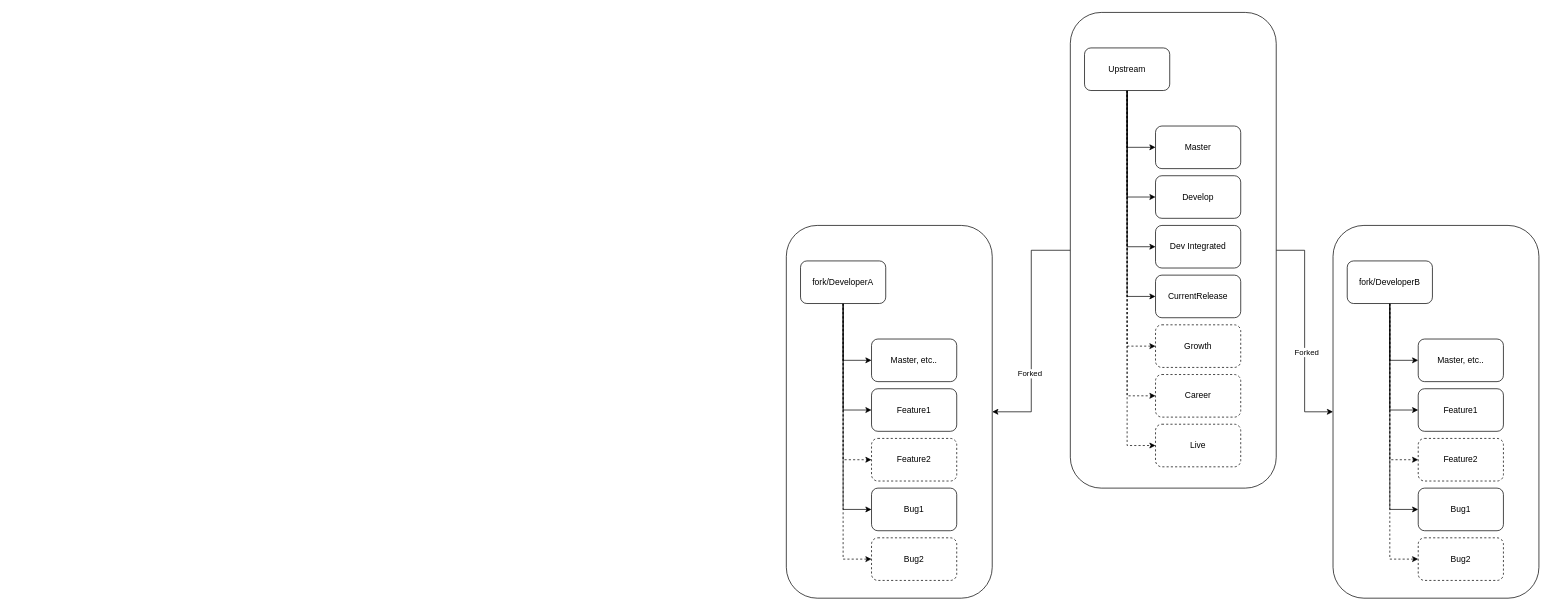
Earlier version of the draw.io diagram Untitled Diagram.drawio (AjayBhanushali/systemdesigns). Source tidied: cells renumbered, new cells numbered last; positions are measured from the earlier drawing's top-left corner, leaving out a move shared by most shapes. Both pictures are drawn from the tidied source at 71%, with x=0, y=0 at pixel (786, 12).
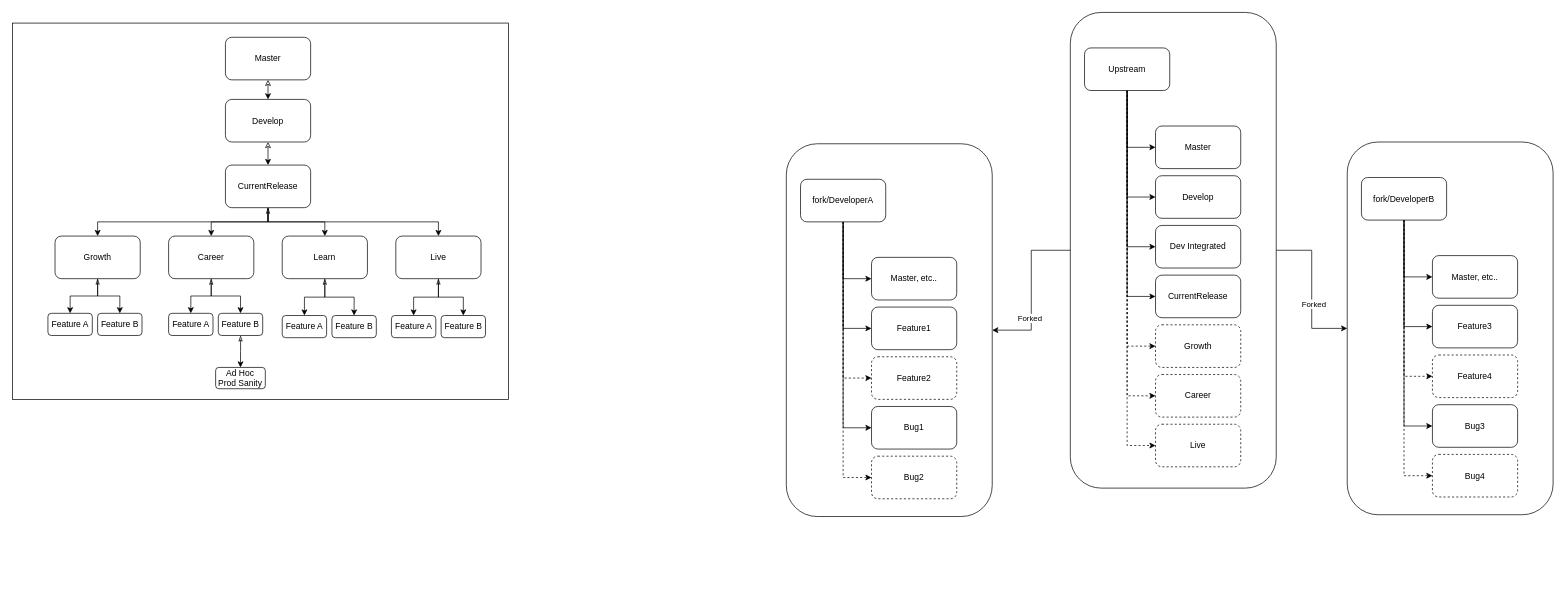
The same page after the edit.

The edit, as a diff of the source:
```diff
@@
+    <mxCell id="46" style="rounded=0;whiteSpace=wrap;html=1;strokeColor=default;" parent="1" vertex="1">
+      <mxGeometry x="-1090" y="15" width="698.8" height="530" as="geometry" />
+    </mxCell>
     <mxCell id="2" style="rounded=1;whiteSpace=wrap;html=1;strokeColor=default;" parent="1" vertex="1">
-      <mxGeometry x="770" y="300" width="290" height="525" as="geometry" />
+      <mxGeometry x="790" y="182.5" width="290" height="525" as="geometry" />
     </mxCell>
@@
     <mxCell id="28" value="fork/DeveloperB" style="rounded=1;whiteSpace=wrap;html=1;" parent="1" vertex="1">
-      <mxGeometry x="790" y="350" width="120" height="60" as="geometry" />
+      <mxGeometry x="810" y="232.5" width="120" height="60" as="geometry" />
     </mxCell>
     <mxCell id="29" value="Master, etc.." style="rounded=1;whiteSpace=wrap;html=1;" parent="1" vertex="1">
-      <mxGeometry x="890" y="460" width="120" height="60" as="geometry" />
+      <mxGeometry x="910" y="342.5" width="120" height="60" as="geometry" />
     </mxCell>
-    <mxCell id="30" value="Feature1" style="rounded=1;whiteSpace=wrap;html=1;" parent="1" vertex="1">
-      <mxGeometry x="890" y="530" width="120" height="60" as="geometry" />
+    <mxCell id="30" value="Feature3" style="rounded=1;whiteSpace=wrap;html=1;" parent="1" vertex="1">
+      <mxGeometry x="910" y="412.5" width="120" height="60" as="geometry" />
     </mxCell>
-    <mxCell id="31" value="Feature2" style="rounded=1;whiteSpace=wrap;html=1;dashed=1;" parent="1" vertex="1">
-      <mxGeometry x="890" y="600" width="120" height="60" as="geometry" />
+    <mxCell id="31" value="Feature4" style="rounded=1;whiteSpace=wrap;html=1;dashed=1;" parent="1" vertex="1">
+      <mxGeometry x="910" y="482.5" width="120" height="60" as="geometry" />
     </mxCell>
-    <mxCell id="32" value="Bug1" style="rounded=1;whiteSpace=wrap;html=1;" parent="1" vertex="1">
-      <mxGeometry x="890" y="670" width="120" height="60" as="geometry" />
+    <mxCell id="32" value="Bug3" style="rounded=1;whiteSpace=wrap;html=1;" parent="1" vertex="1">
+      <mxGeometry x="910" y="552.5" width="120" height="60" as="geometry" />
     </mxCell>
-    <mxCell id="33" value="Bug2" style="rounded=1;whiteSpace=wrap;html=1;dashed=1;" parent="1" vertex="1">
-      <mxGeometry x="890" y="740" width="120" height="60" as="geometry" />
+    <mxCell id="33" value="Bug4" style="rounded=1;whiteSpace=wrap;html=1;dashed=1;" parent="1" vertex="1">
+      <mxGeometry x="910" y="622.5" width="120" height="60" as="geometry" />
     </mxCell>
     <mxCell id="34" style="rounded=1;whiteSpace=wrap;html=1;strokeColor=default;" parent="1" vertex="1">
-      <mxGeometry y="300" width="290" height="525" as="geometry" />
+      <mxGeometry y="185" width="290" height="525" as="geometry" />
     </mxCell>
@@
     <mxCell id="40" value="fork/DeveloperA" style="rounded=1;whiteSpace=wrap;html=1;" parent="1" vertex="1">
-      <mxGeometry x="20" y="350" width="120" height="60" as="geometry" />
+      <mxGeometry x="20" y="235" width="120" height="60" as="geometry" />
     </mxCell>
     <mxCell id="41" value="Master, etc.." style="rounded=1;whiteSpace=wrap;html=1;" parent="1" vertex="1">
-      <mxGeometry x="120" y="460" width="120" height="60" as="geometry" />
+      <mxGeometry x="120" y="345" width="120" height="60" as="geometry" />
     </mxCell>
     <mxCell id="42" value="Feature1" style="rounded=1;whiteSpace=wrap;html=1;" parent="1" vertex="1">
-      <mxGeometry x="120" y="530" width="120" height="60" as="geometry" />
+      <mxGeometry x="120" y="415" width="120" height="60" as="geometry" />
     </mxCell>
     <mxCell id="43" value="Feature2" style="rounded=1;whiteSpace=wrap;html=1;dashed=1;" parent="1" vertex="1">
-      <mxGeometry x="120" y="600" width="120" height="60" as="geometry" />
+      <mxGeometry x="120" y="485" width="120" height="60" as="geometry" />
     </mxCell>
     <mxCell id="44" value="Bug1" style="rounded=1;whiteSpace=wrap;html=1;" parent="1" vertex="1">
-      <mxGeometry x="120" y="670" width="120" height="60" as="geometry" />
+      <mxGeometry x="120" y="555" width="120" height="60" as="geometry" />
     </mxCell>
     <mxCell id="45" value="Bug2" style="rounded=1;whiteSpace=wrap;html=1;dashed=1;" parent="1" vertex="1">
-      <mxGeometry x="120" y="740" width="120" height="60" as="geometry" />
+      <mxGeometry x="120" y="625" width="120" height="60" as="geometry" />
     </mxCell>
+    <mxCell id="47" style="edgeStyle=none;rounded=0;jettySize=auto;html=1;exitX=0.5;exitY=1;exitDx=0;exitDy=0;entryX=0.5;entryY=0;entryDx=0;entryDy=0;startArrow=classic;startFill=0;" parent="1" edge="1" source="48" target="77">
+      <mxGeometry relative="1" as="geometry" />
+    </mxCell>
+    <mxCell id="48" value="Master" style="rounded=1;whiteSpace=wrap;html=1;" parent="1" vertex="1">
+      <mxGeometry x="-790" y="35" width="120" height="60" as="geometry" />
+    </mxCell>
+    <mxCell id="49" style="edgeStyle=orthogonalEdgeStyle;rounded=0;jettySize=auto;html=1;" parent="1" edge="1" source="53" target="65">
+      <mxGeometry relative="1" as="geometry" />
+    </mxCell>
+    <mxCell id="50" style="edgeStyle=orthogonalEdgeStyle;rounded=0;jettySize=auto;html=1;entryX=0.5;entryY=0;entryDx=0;entryDy=0;" parent="1" edge="1" source="53" target="59">
+      <mxGeometry relative="1" as="geometry" />
+    </mxCell>
+    <mxCell id="51" style="edgeStyle=orthogonalEdgeStyle;rounded=0;jettySize=auto;html=1;exitX=0.5;exitY=1;exitDx=0;exitDy=0;" parent="1" edge="1" source="53" target="62">
+      <mxGeometry relative="1" as="geometry" />
+    </mxCell>
+    <mxCell id="52" style="edgeStyle=orthogonalEdgeStyle;rounded=0;jettySize=auto;html=1;exitX=0.5;exitY=1;exitDx=0;exitDy=0;entryX=0.5;entryY=0;entryDx=0;entryDy=0;startArrow=classicThin;startFill=0;" parent="1" edge="1" source="53" target="56">
+      <mxGeometry relative="1" as="geometry" />
+    </mxCell>
+    <mxCell id="53" value="CurrentRelease" style="rounded=1;whiteSpace=wrap;html=1;" parent="1" vertex="1">
+      <mxGeometry x="-790" y="215" width="120" height="60" as="geometry" />
+    </mxCell>
+    <mxCell id="54" style="edgeStyle=orthogonalEdgeStyle;rounded=0;jettySize=auto;html=1;entryX=0.5;entryY=0;entryDx=0;entryDy=0;" parent="1" edge="1" source="56" target="66">
+      <mxGeometry relative="1" as="geometry" />
+    </mxCell>
+    <mxCell id="55" style="edgeStyle=orthogonalEdgeStyle;rounded=0;jettySize=auto;html=1;entryX=0.5;entryY=0;entryDx=0;entryDy=0;startArrow=classicThin;startFill=0;" parent="1" edge="1" source="56" target="67">
+      <mxGeometry relative="1" as="geometry" />
+    </mxCell>
+    <mxCell id="56" value="Growth" style="rounded=1;whiteSpace=wrap;html=1;" parent="1" vertex="1">
+      <mxGeometry x="-1030" y="315" width="120" height="60" as="geometry" />
+    </mxCell>
+    <mxCell id="57" style="edgeStyle=orthogonalEdgeStyle;rounded=0;jettySize=auto;html=1;exitX=0.5;exitY=1;exitDx=0;exitDy=0;entryX=0.5;entryY=0;entryDx=0;entryDy=0;startArrow=classicThin;startFill=0;" parent="1" edge="1" source="59" target="70">
+      <mxGeometry relative="1" as="geometry" />
+    </mxCell>
+    <mxCell id="58" style="edgeStyle=orthogonalEdgeStyle;rounded=0;jettySize=auto;html=1;exitX=0.5;exitY=1;exitDx=0;exitDy=0;entryX=0.5;entryY=0;entryDx=0;entryDy=0;" parent="1" edge="1" source="59" target="68">
+      <mxGeometry relative="1" as="geometry" />
+    </mxCell>
+    <mxCell id="59" value="Career" style="rounded=1;whiteSpace=wrap;html=1;" parent="1" vertex="1">
+      <mxGeometry x="-870" y="315" width="120" height="60" as="geometry" />
+    </mxCell>
+    <mxCell id="60" style="edgeStyle=orthogonalEdgeStyle;rounded=0;jettySize=auto;html=1;exitX=0.5;exitY=1;exitDx=0;exitDy=0;entryX=0.5;entryY=0;entryDx=0;entryDy=0;startArrow=classicThin;startFill=0;" parent="1" edge="1" source="62" target="74">
+      <mxGeometry relative="1" as="geometry" />
+    </mxCell>
+    <mxCell id="61" style="edgeStyle=orthogonalEdgeStyle;rounded=0;jettySize=auto;html=1;exitX=0.5;exitY=1;exitDx=0;exitDy=0;entryX=0.5;entryY=0;entryDx=0;entryDy=0;" parent="1" edge="1" source="62" target="73">
+      <mxGeometry relative="1" as="geometry" />
+    </mxCell>
+    <mxCell id="62" value="Live" style="rounded=1;whiteSpace=wrap;html=1;" parent="1" vertex="1">
+      <mxGeometry x="-550" y="315" width="120" height="60" as="geometry" />
+    </mxCell>
+    <mxCell id="63" style="edgeStyle=orthogonalEdgeStyle;rounded=0;jettySize=auto;html=1;exitX=0.5;exitY=1;exitDx=0;exitDy=0;entryX=0.5;entryY=0;entryDx=0;entryDy=0;startArrow=classicThin;startFill=0;" parent="1" edge="1" source="65" target="72">
+      <mxGeometry relative="1" as="geometry" />
+    </mxCell>
+    <mxCell id="64" style="edgeStyle=orthogonalEdgeStyle;rounded=0;jettySize=auto;html=1;exitX=0.5;exitY=1;exitDx=0;exitDy=0;entryX=0.5;entryY=0;entryDx=0;entryDy=0;" parent="1" edge="1" source="65" target="71">
+      <mxGeometry relative="1" as="geometry" />
+    </mxCell>
+    <mxCell id="65" value="Learn" style="rounded=1;whiteSpace=wrap;html=1;" parent="1" vertex="1">
+      <mxGeometry x="-710" y="315" width="120" height="60" as="geometry" />
+    </mxCell>
+    <mxCell id="66" value="Feature A" style="rounded=1;whiteSpace=wrap;html=1;strokeColor=default;" parent="1" vertex="1">
+      <mxGeometry x="-1040" y="423.8" width="62.5" height="31.2" as="geometry" />
+    </mxCell>
+    <mxCell id="67" value="Feature B" style="rounded=1;whiteSpace=wrap;html=1;strokeColor=default;" parent="1" vertex="1">
+      <mxGeometry x="-970" y="423.8" width="62.5" height="31.2" as="geometry" />
+    </mxCell>
+    <mxCell id="68" value="Feature A" style="rounded=1;whiteSpace=wrap;html=1;strokeColor=default;" parent="1" vertex="1">
+      <mxGeometry x="-870" y="423.8" width="62.5" height="31.2" as="geometry" />
+    </mxCell>
+    <mxCell id="69" style="edgeStyle=orthogonalEdgeStyle;rounded=0;jettySize=auto;html=1;startArrow=classicThin;startFill=0;" parent="1" edge="1" source="70" target="75">
+      <mxGeometry relative="1" as="geometry" />
+    </mxCell>
+    <mxCell id="70" value="Feature B" style="rounded=1;whiteSpace=wrap;html=1;strokeColor=default;" parent="1" vertex="1">
+      <mxGeometry x="-800" y="423.8" width="62.5" height="31.2" as="geometry" />
+    </mxCell>
+    <mxCell id="71" value="Feature A" style="rounded=1;whiteSpace=wrap;html=1;strokeColor=default;" parent="1" vertex="1">
+      <mxGeometry x="-710" y="426.9" width="62.5" height="31.2" as="geometry" />
+    </mxCell>
+    <mxCell id="72" value="Feature B" style="rounded=1;whiteSpace=wrap;html=1;strokeColor=default;" parent="1" vertex="1">
+      <mxGeometry x="-640" y="426.9" width="62.5" height="31.2" as="geometry" />
+    </mxCell>
+    <mxCell id="73" value="Feature A" style="rounded=1;whiteSpace=wrap;html=1;strokeColor=default;" parent="1" vertex="1">
+      <mxGeometry x="-556.2" y="426.9" width="62.5" height="31.2" as="geometry" />
+    </mxCell>
+    <mxCell id="74" value="Feature B" style="rounded=1;whiteSpace=wrap;html=1;strokeColor=default;" parent="1" vertex="1">
+      <mxGeometry x="-486.2" y="426.9" width="62.5" height="31.2" as="geometry" />
+    </mxCell>
+    <mxCell id="75" value="Ad Hoc Prod Sanity" style="rounded=1;whiteSpace=wrap;html=1;strokeColor=default;" parent="1" vertex="1">
+      <mxGeometry x="-803.8" y="500" width="70" height="30" as="geometry" />
+    </mxCell>
+    <mxCell id="76" style="edgeStyle=none;rounded=0;jettySize=auto;html=1;exitX=0.5;exitY=1;exitDx=0;exitDy=0;startArrow=classic;startFill=0;" parent="1" edge="1" source="77" target="53">
+      <mxGeometry relative="1" as="geometry" />
+    </mxCell>
+    <mxCell id="77" value="Develop" style="rounded=1;whiteSpace=wrap;html=1;" parent="1" vertex="1">
+      <mxGeometry x="-790" y="122.5" width="120" height="60" as="geometry" />
+    </mxCell>
```
